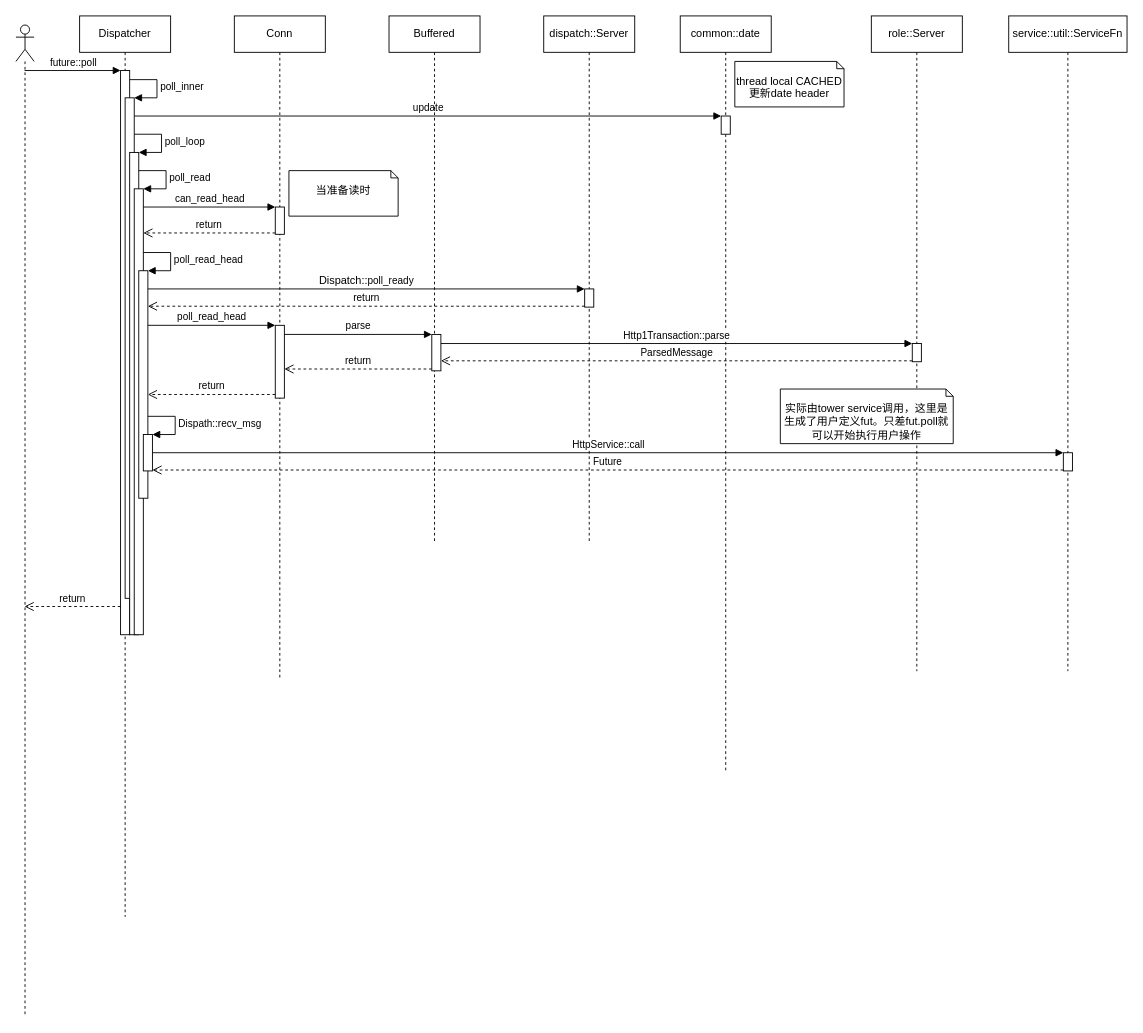
The draw.io diagram http.drawio in NavyD/hyper, before the edit. Source tidied: cells renumbered, new cells numbered last; positions are measured from the earlier drawing's top-left corner, leaving out a move shared by most shapes. Both pictures are drawn from the tidied source at 91%, with x=0, y=0 at pixel (15, 15).
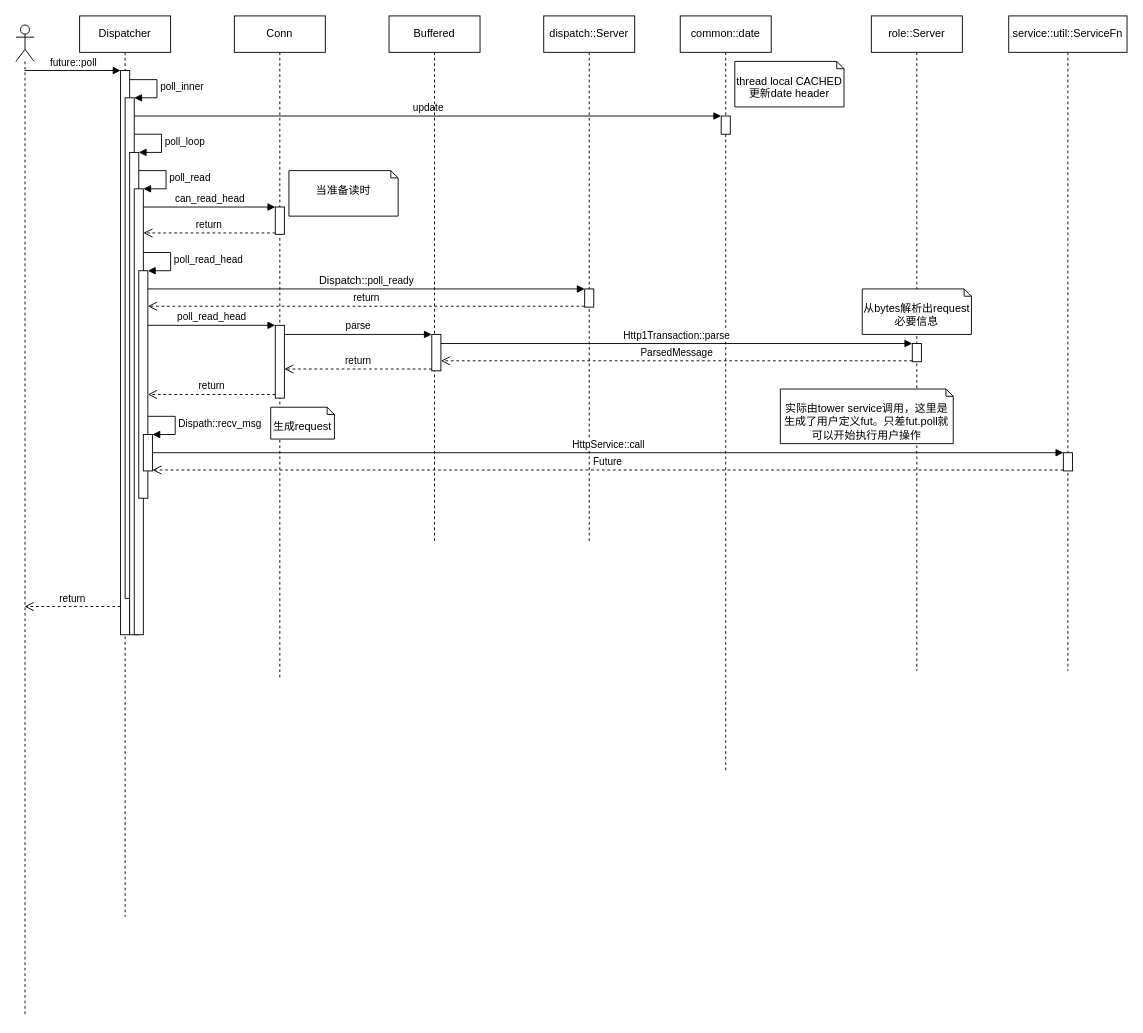
The same page after the edit.

Change to the diagram source:
```diff
@@
+    <mxCell id="46" value="从bytes解析出request必要信息" style="shape=note2;boundedLbl=1;whiteSpace=wrap;html=1;size=8;verticalAlign=top;align=center;" parent="1" vertex="1">
+      <mxGeometry x="930" y="300" width="120" height="50" as="geometry" />
+    </mxCell>
+    <mxCell id="47" value="生成request" style="shape=note2;boundedLbl=1;whiteSpace=wrap;html=1;size=8;verticalAlign=top;align=center;" parent="1" vertex="1">
+      <mxGeometry x="280" y="430" width="70" height="35" as="geometry" />
+    </mxCell>
```
